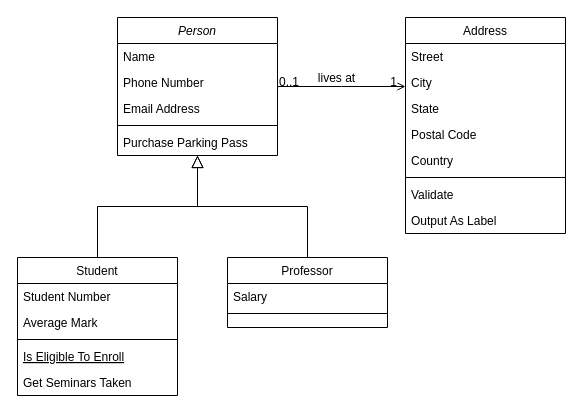
Above: assets/Untitled Diagram.drawio in AnsonFeng1999/AnsonFeng1999 (draw.io), before the change. Source tidied: cells renumbered, new cells numbered last; positions are measured from the earlier drawing's top-left corner, leaving out a move shared by most shapes. Both pictures are drawn from the tidied source at 100%, with x=0, y=0 at pixel (17, 17).
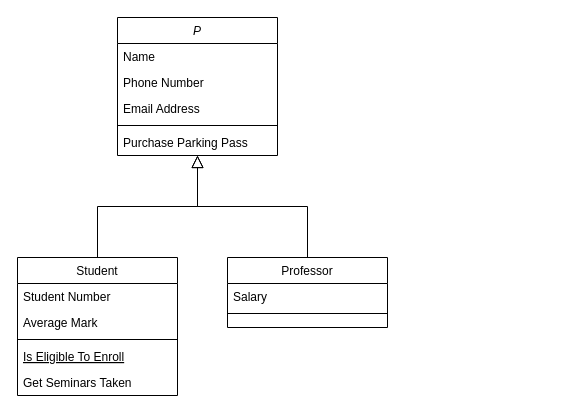
Above is the later version.

Commit message:
Update Code Overview Diagram

What changed in the source:
```diff
@@
-    <mxCell id="2" value="Person" style="swimlane;fontStyle=2;align=center;verticalAlign=top;horizontal=1;startSize=26;rounded=0;shadow=0;strokeWidth=1;" parent="1" vertex="1">
+    <mxCell id="2" value="P" style="swimlane;fontStyle=2;align=center;verticalAlign=top;horizontal=1;startSize=26;rounded=0;shadow=0;strokeWidth=1;" parent="1" vertex="1">
       <mxGeometry x="100" width="160" height="138" as="geometry" />
     </mxCell>
@@
-    <mxCell id="19" value="Address" style="swimlane;fontStyle=0;align=center;verticalAlign=top;horizontal=1;startSize=26;rounded=0;shadow=0;strokeWidth=1;" parent="1" vertex="1">
-      <mxGeometry x="388" width="160" height="216" as="geometry" />
-    </mxCell>
-    <mxCell id="20" value="Street" style="text;align=left;verticalAlign=top;spacingLeft=4;spacingRight=4;overflow=hidden;" parent="19" vertex="1">
-      <mxGeometry y="26" width="160" height="26" as="geometry" />
-    </mxCell>
-    <mxCell id="21" value="City" style="text;align=left;verticalAlign=top;spacingLeft=4;spacingRight=4;overflow=hidden;rounded=0;shadow=0;html=0;" parent="19" vertex="1">
-      <mxGeometry y="52" width="160" height="26" as="geometry" />
-    </mxCell>
-    <mxCell id="22" value="State" style="text;align=left;verticalAlign=top;spacingLeft=4;spacingRight=4;overflow=hidden;rounded=0;shadow=0;html=0;" parent="19" vertex="1">
-      <mxGeometry y="78" width="160" height="26" as="geometry" />
-    </mxCell>
-    <mxCell id="23" value="Postal Code" style="text;align=left;verticalAlign=top;spacingLeft=4;spacingRight=4;overflow=hidden;rounded=0;shadow=0;html=0;" parent="19" vertex="1">
-      <mxGeometry y="104" width="160" height="26" as="geometry" />
-    </mxCell>
-    <mxCell id="24" value="Country" style="text;align=left;verticalAlign=top;spacingLeft=4;spacingRight=4;overflow=hidden;rounded=0;shadow=0;html=0;" parent="19" vertex="1">
-      <mxGeometry y="130" width="160" height="26" as="geometry" />
-    </mxCell>
-    <mxCell id="25" style="line;html=1;strokeWidth=1;align=left;verticalAlign=middle;spacingTop=-1;spacingLeft=3;spacingRight=3;labelPosition=right;" parent="19" vertex="1">
-      <mxGeometry y="156" width="160" height="8" as="geometry" />
-    </mxCell>
-    <mxCell id="26" value="Validate" style="text;align=left;verticalAlign=top;spacingLeft=4;spacingRight=4;overflow=hidden;" parent="19" vertex="1">
-      <mxGeometry y="164" width="160" height="26" as="geometry" />
-    </mxCell>
-    <mxCell id="27" value="Output As Label" style="text;align=left;verticalAlign=top;spacingLeft=4;spacingRight=4;overflow=hidden;" parent="19" vertex="1">
-      <mxGeometry y="190" width="160" height="26" as="geometry" />
-    </mxCell>
-    <mxCell id="28" style="endArrow=open;shadow=0;strokeWidth=1;rounded=0;endFill=1;edgeStyle=elbowEdgeStyle;elbow=vertical;" parent="1" edge="1" source="2" target="19">
-      <mxGeometry x="0.5" y="41" relative="1" as="geometry">
-        <mxPoint x="-40" y="32" as="offset" />
-      </mxGeometry>
-    </mxCell>
-    <mxCell id="29" value="0..1" style="align=left;verticalAlign=bottom;labelBackgroundColor=none;fontSize=12;" parent="28" vertex="1">
-      <mxGeometry x="-1" relative="1" as="geometry">
-        <mxPoint y="4" as="offset" />
-      </mxGeometry>
-    </mxCell>
-    <mxCell id="30" value="1" style="align=right;verticalAlign=bottom;labelBackgroundColor=none;fontSize=12;" parent="28" vertex="1">
-      <mxGeometry x="1" relative="1" as="geometry">
-        <mxPoint x="-7" y="4" as="offset" />
-      </mxGeometry>
-    </mxCell>
-    <mxCell id="31" value="lives at" style="text;html=1;align=center;verticalAlign=middle;labelBackgroundColor=none;rounded=0;shadow=0;strokeWidth=1;fontSize=12;" parent="28" vertex="1">
-      <mxGeometry x="0.5" y="49" relative="1" as="geometry">
-        <mxPoint x="-38" y="40" as="offset" />
-      </mxGeometry>
-    </mxCell>
```
